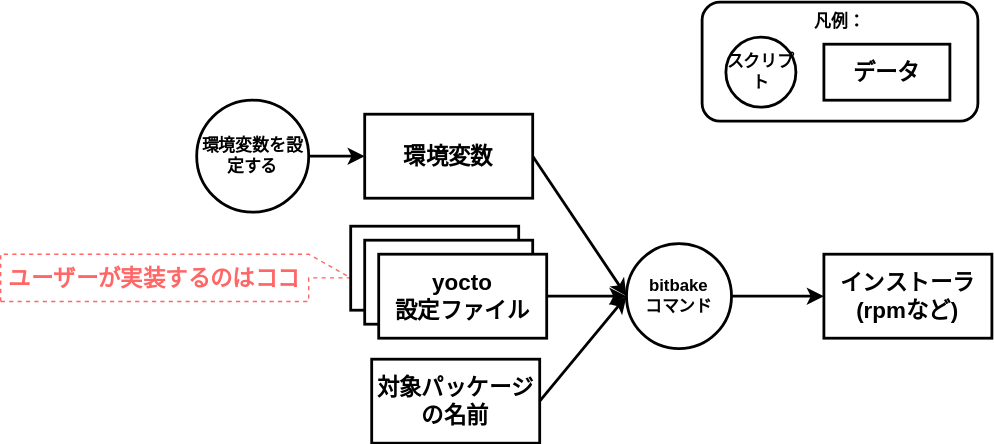
Earlier version of the draw.io export manual/docs/level-1/images/package-build.drawio.svg (AngryMane/yocto-learning). Source tidied: cells renumbered, new cells last; positions are measured from the earlier drawing's top-left corner, leaving out a move shared by most shapes.
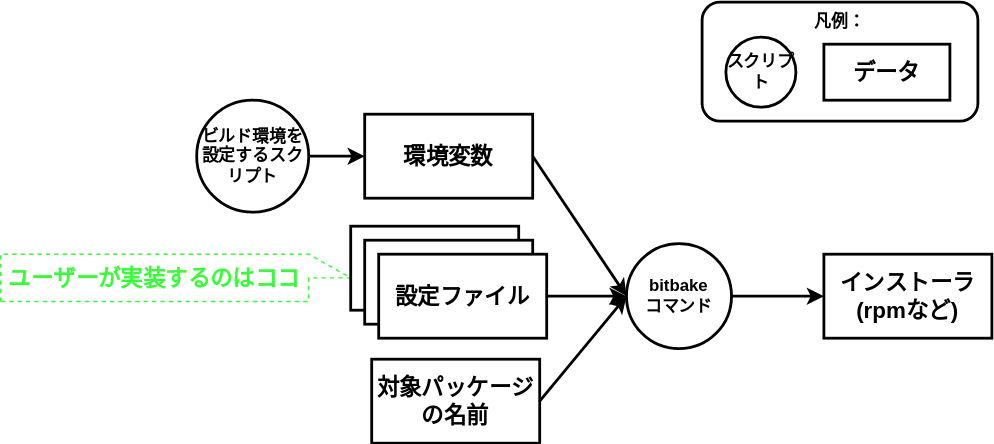
After the change.

Change to the diagram source:
```diff
@@ -19,10 +19,10 @@
     <mxCell id="6" style="edgeStyle=none;html=1;exitX=1;exitY=0.5;exitDx=0;exitDy=0;strokeWidth=2;" parent="1" edge="1" source="7" target="5">
       <mxGeometry relative="1" as="geometry" />
     </mxCell>
-    <mxCell id="7" value="環境変数を設定する" style="ellipse;whiteSpace=wrap;html=1;flipH=1;fontStyle=1;strokeWidth=2;" parent="1" vertex="1">
+    <mxCell id="7" value="ビルド環境を設定するスクリプト" style="ellipse;whiteSpace=wrap;html=1;flipH=1;fontStyle=1;strokeWidth=2;" parent="1" vertex="1">
       <mxGeometry x="140" y="70" width="80" height="80" as="geometry" />
     </mxCell>
-    <mxCell id="8" value="ユーザーが実装するのはココ" style="shape=callout;whiteSpace=wrap;html=1;perimeter=calloutPerimeter;dashed=1;strokeWidth=1;fillColor=none;direction=north;strokeColor=#FF6666;fontColor=#FF6666;fontStyle=1;fontSize=16;" parent="1" vertex="1">
+    <mxCell id="8" value="ユーザーが実装するのはココ" style="shape=callout;whiteSpace=wrap;html=1;perimeter=calloutPerimeter;dashed=1;strokeWidth=1;fillColor=none;direction=north;strokeColor=#33FF33;fontColor=#33FF33;fontStyle=1;fontSize=16;labelBackgroundColor=none;" parent="1" vertex="1">
       <mxGeometry y="180" width="250" height="33.8" as="geometry" />
     </mxCell>
     <mxCell id="9" value="インストーラ&lt;br&gt;(rpmなど)" style="rounded=0;whiteSpace=wrap;html=1;fontSize=16;fontStyle=1;strokeWidth=2;" parent="1" vertex="1">
@@ -40,7 +40,7 @@
     <mxCell id="13" value="poky" style="rounded=0;whiteSpace=wrap;html=1;fontSize=16;fontStyle=1;strokeWidth=2;" parent="1" vertex="1">
       <mxGeometry x="260" y="170" width="120" height="60" as="geometry" />
     </mxCell>
-    <mxCell id="14" value="yocto&lt;br&gt;設定ファイル" style="rounded=0;whiteSpace=wrap;html=1;fontSize=16;fontStyle=1;strokeWidth=2;" parent="1" vertex="1">
+    <mxCell id="14" value="設定ファイル" style="rounded=0;whiteSpace=wrap;html=1;fontSize=16;fontStyle=1;strokeWidth=2;" parent="1" vertex="1">
       <mxGeometry x="270" y="180" width="120" height="60" as="geometry" />
     </mxCell>
     <mxCell id="15" value="対象パッケージ&lt;br&gt;の名前" style="rounded=0;whiteSpace=wrap;html=1;fontSize=16;fontStyle=1;strokeWidth=2;" parent="1" vertex="1">
```
